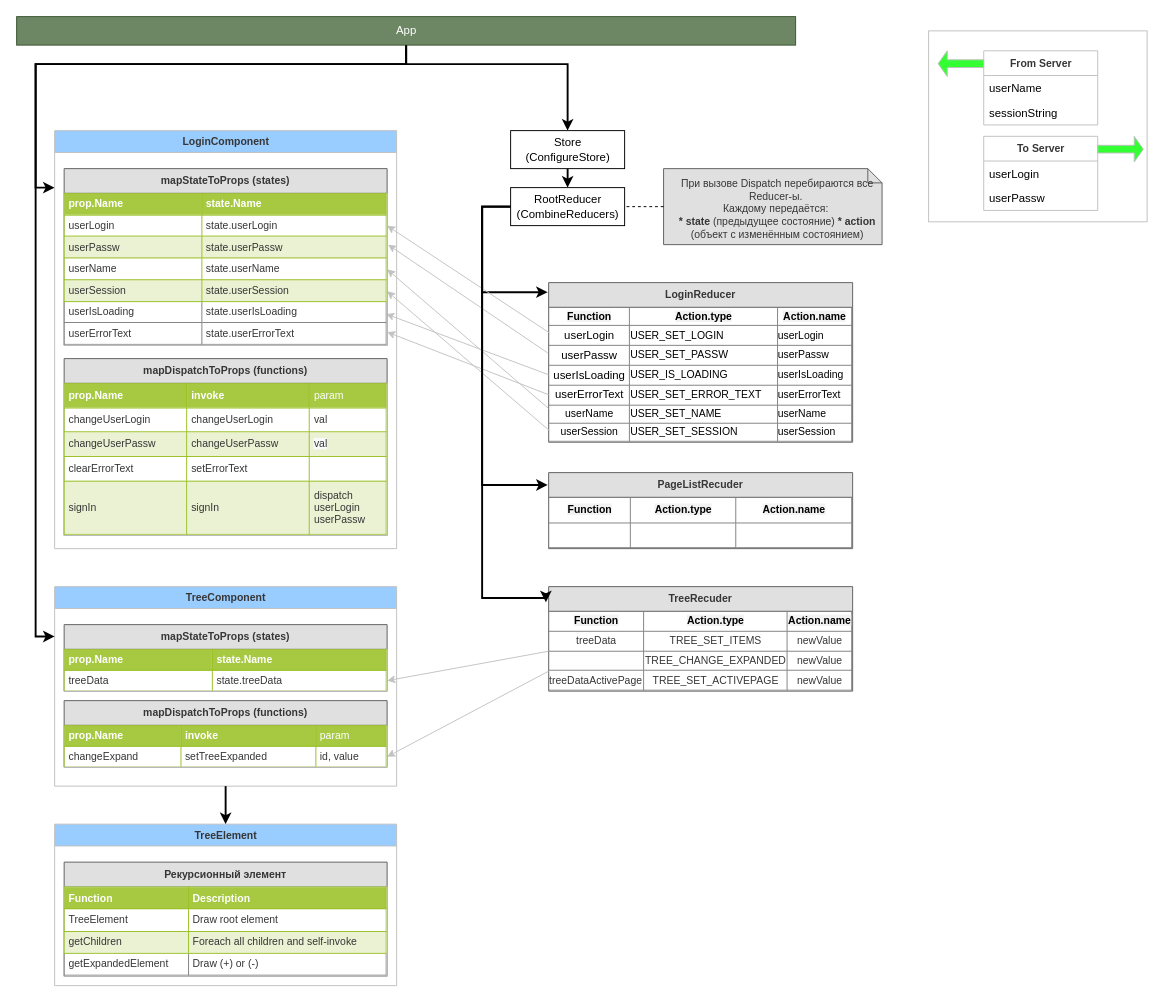
Earlier version of the draw.io diagram page "Page-1" (1 of 2) of scheme.drawio (alwertus/sitefront). Source tidied: cells renumbered, new cells numbered last; positions are measured from the earlier drawing's top-left corner, leaving out a move shared by most shapes. Both pictures are drawn from the tidied source at 95%, with x=0, y=0 at pixel (16, 16).
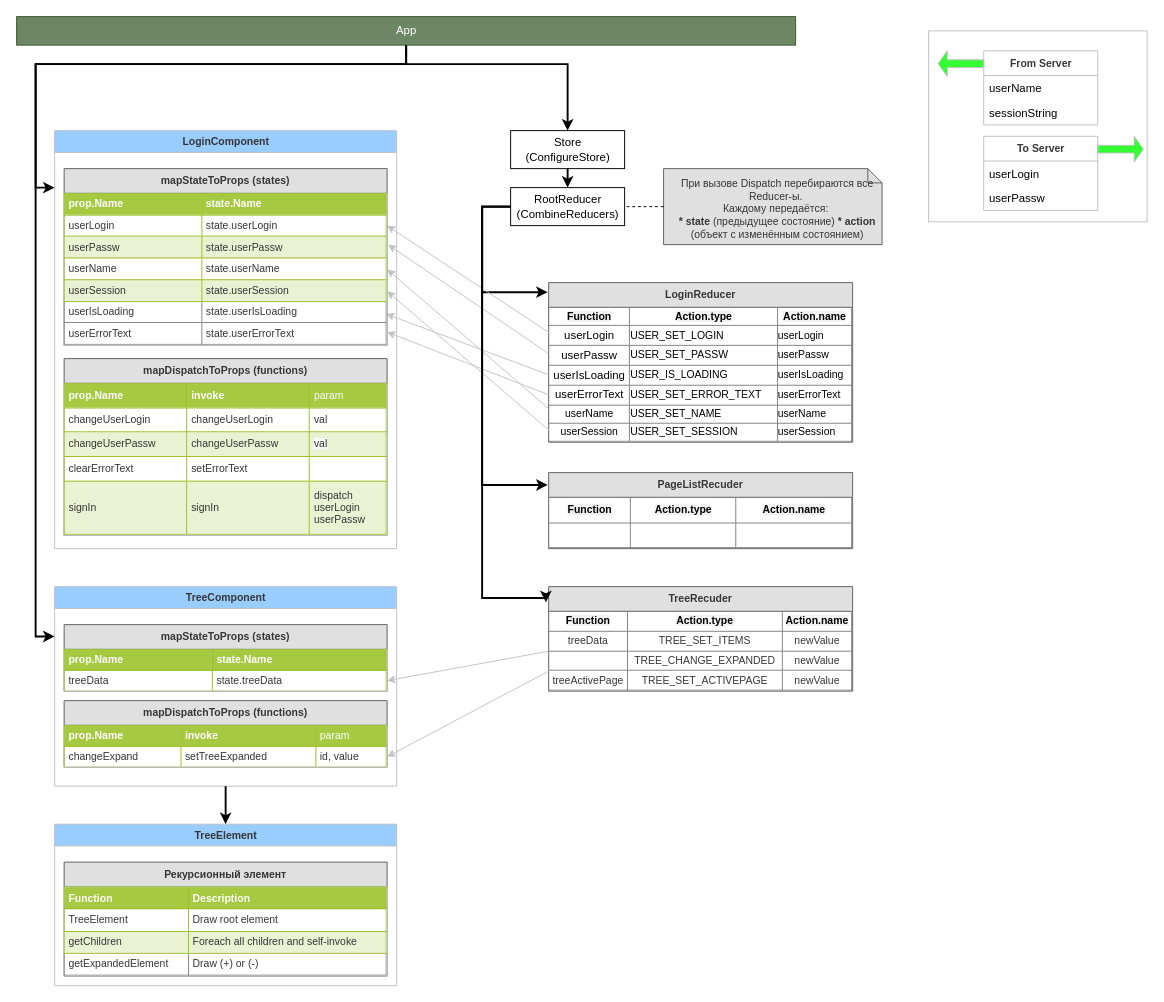
The same page after the edit.

The change refers to these unchanged cells:
```xml
<mxCell id="46" value="TreeRecuder" style="swimlane;fontStyle=1;align=center;verticalAlign=top;horizontal=1;startSize=26;labelBackgroundColor=none;strokeColor=#5E5E5E;fillColor=#E0E0E0;fontSize=11;fontColor=#363636;html=0;" parent="1" vertex="1">
  <mxGeometry x="560" y="600" width="320" height="110" as="geometry" />
</mxCell>
```

Diff of the diagram source:
```diff
@@
-    <mxCell id="47" value="&lt;table border=&quot;1&quot; width=&quot;100%&quot; style=&quot;width: 100% ; height: 100% ; border-collapse: collapse&quot; cellpadding=&quot;0&quot; align=&quot;center&quot;&gt;&lt;tbody&gt;&lt;tr&gt;&lt;td style=&quot;text-align: center&quot;&gt;&lt;font color=&quot;#000000&quot;&gt;&lt;b style=&quot;background-color: rgb(242 , 242 , 242)&quot;&gt;Function&lt;/b&gt;&lt;/font&gt;&lt;/td&gt;&lt;td style=&quot;text-align: center&quot;&gt;&lt;font color=&quot;#000000&quot;&gt;&lt;b style=&quot;background-color: rgb(242 , 242 , 242)&quot;&gt;Action.type&lt;/b&gt;&lt;/font&gt;&lt;/td&gt;&lt;td style=&quot;text-align: center&quot;&gt;&lt;font color=&quot;#000000&quot;&gt;&lt;b style=&quot;background-color: rgb(242 , 242 , 242)&quot;&gt;Action.name&lt;/b&gt;&lt;/font&gt;&lt;/td&gt;&lt;/tr&gt;&lt;tr&gt;&lt;td align=&quot;center&quot; style=&quot;text-align: center&quot;&gt;treeData&lt;/td&gt;&lt;td align=&quot;center&quot; style=&quot;text-align: center&quot;&gt;TREE_SET_ITEMS&lt;/td&gt;&lt;td align=&quot;center&quot; style=&quot;text-align: center&quot;&gt;newValue&lt;br&gt;&lt;/td&gt;&lt;/tr&gt;&lt;tr&gt;&lt;td style=&quot;text-align: center&quot;&gt;&lt;br&gt;&lt;/td&gt;&lt;td style=&quot;text-align: center&quot;&gt;TREE_CHANGE_EXPANDED&lt;br&gt;&lt;/td&gt;&lt;td style=&quot;text-align: center&quot;&gt;newValue&lt;br&gt;&lt;/td&gt;&lt;/tr&gt;&lt;tr&gt;&lt;td&gt;treeDataActivePage&lt;br&gt;&lt;/td&gt;&lt;td style=&quot;text-align: center&quot;&gt;TREE_SET_ACTIVEPAGE&lt;br&gt;&lt;/td&gt;&lt;td style=&quot;text-align: center&quot;&gt;newValue&lt;/td&gt;&lt;/tr&gt;&lt;/tbody&gt;&lt;/table&gt;" style="text;html=1;strokeColor=none;fillColor=none;overflow=fill;labelBackgroundColor=none;fontSize=11;fontColor=#363636;align=left;" parent="46" vertex="1">
+    <mxCell id="47" value="&lt;table border=&quot;1&quot; width=&quot;100%&quot; style=&quot;width: 100% ; height: 100% ; border-collapse: collapse&quot; cellpadding=&quot;0&quot; align=&quot;center&quot;&gt;&lt;tbody&gt;&lt;tr&gt;&lt;td style=&quot;text-align: center&quot;&gt;&lt;font color=&quot;#000000&quot;&gt;&lt;b style=&quot;background-color: rgb(242 , 242 , 242)&quot;&gt;Function&lt;/b&gt;&lt;/font&gt;&lt;/td&gt;&lt;td style=&quot;text-align: center&quot;&gt;&lt;font color=&quot;#000000&quot;&gt;&lt;b style=&quot;background-color: rgb(242 , 242 , 242)&quot;&gt;Action.type&lt;/b&gt;&lt;/font&gt;&lt;/td&gt;&lt;td style=&quot;text-align: center&quot;&gt;&lt;font color=&quot;#000000&quot;&gt;&lt;b style=&quot;background-color: rgb(242 , 242 , 242)&quot;&gt;Action.name&lt;/b&gt;&lt;/font&gt;&lt;/td&gt;&lt;/tr&gt;&lt;tr&gt;&lt;td align=&quot;center&quot; style=&quot;text-align: center&quot;&gt;treeData&lt;/td&gt;&lt;td align=&quot;center&quot; style=&quot;text-align: center&quot;&gt;TREE_SET_ITEMS&lt;/td&gt;&lt;td align=&quot;center&quot; style=&quot;text-align: center&quot;&gt;newValue&lt;br&gt;&lt;/td&gt;&lt;/tr&gt;&lt;tr&gt;&lt;td style=&quot;text-align: center&quot;&gt;&lt;br&gt;&lt;/td&gt;&lt;td style=&quot;text-align: center&quot;&gt;TREE_CHANGE_EXPANDED&lt;br&gt;&lt;/td&gt;&lt;td style=&quot;text-align: center&quot;&gt;newValue&lt;br&gt;&lt;/td&gt;&lt;/tr&gt;&lt;tr&gt;&lt;td style=&quot;text-align: center&quot;&gt;treeActivePage&lt;br&gt;&lt;/td&gt;&lt;td style=&quot;text-align: center&quot;&gt;TREE_SET_ACTIVEPAGE&lt;br&gt;&lt;/td&gt;&lt;td style=&quot;text-align: center&quot;&gt;newValue&lt;/td&gt;&lt;/tr&gt;&lt;/tbody&gt;&lt;/table&gt;" style="text;html=1;strokeColor=none;fillColor=none;overflow=fill;labelBackgroundColor=none;fontSize=11;fontColor=#363636;align=left;" parent="46" vertex="1">
       <mxGeometry y="26" width="320" height="84" as="geometry" />
     </mxCell>
```
